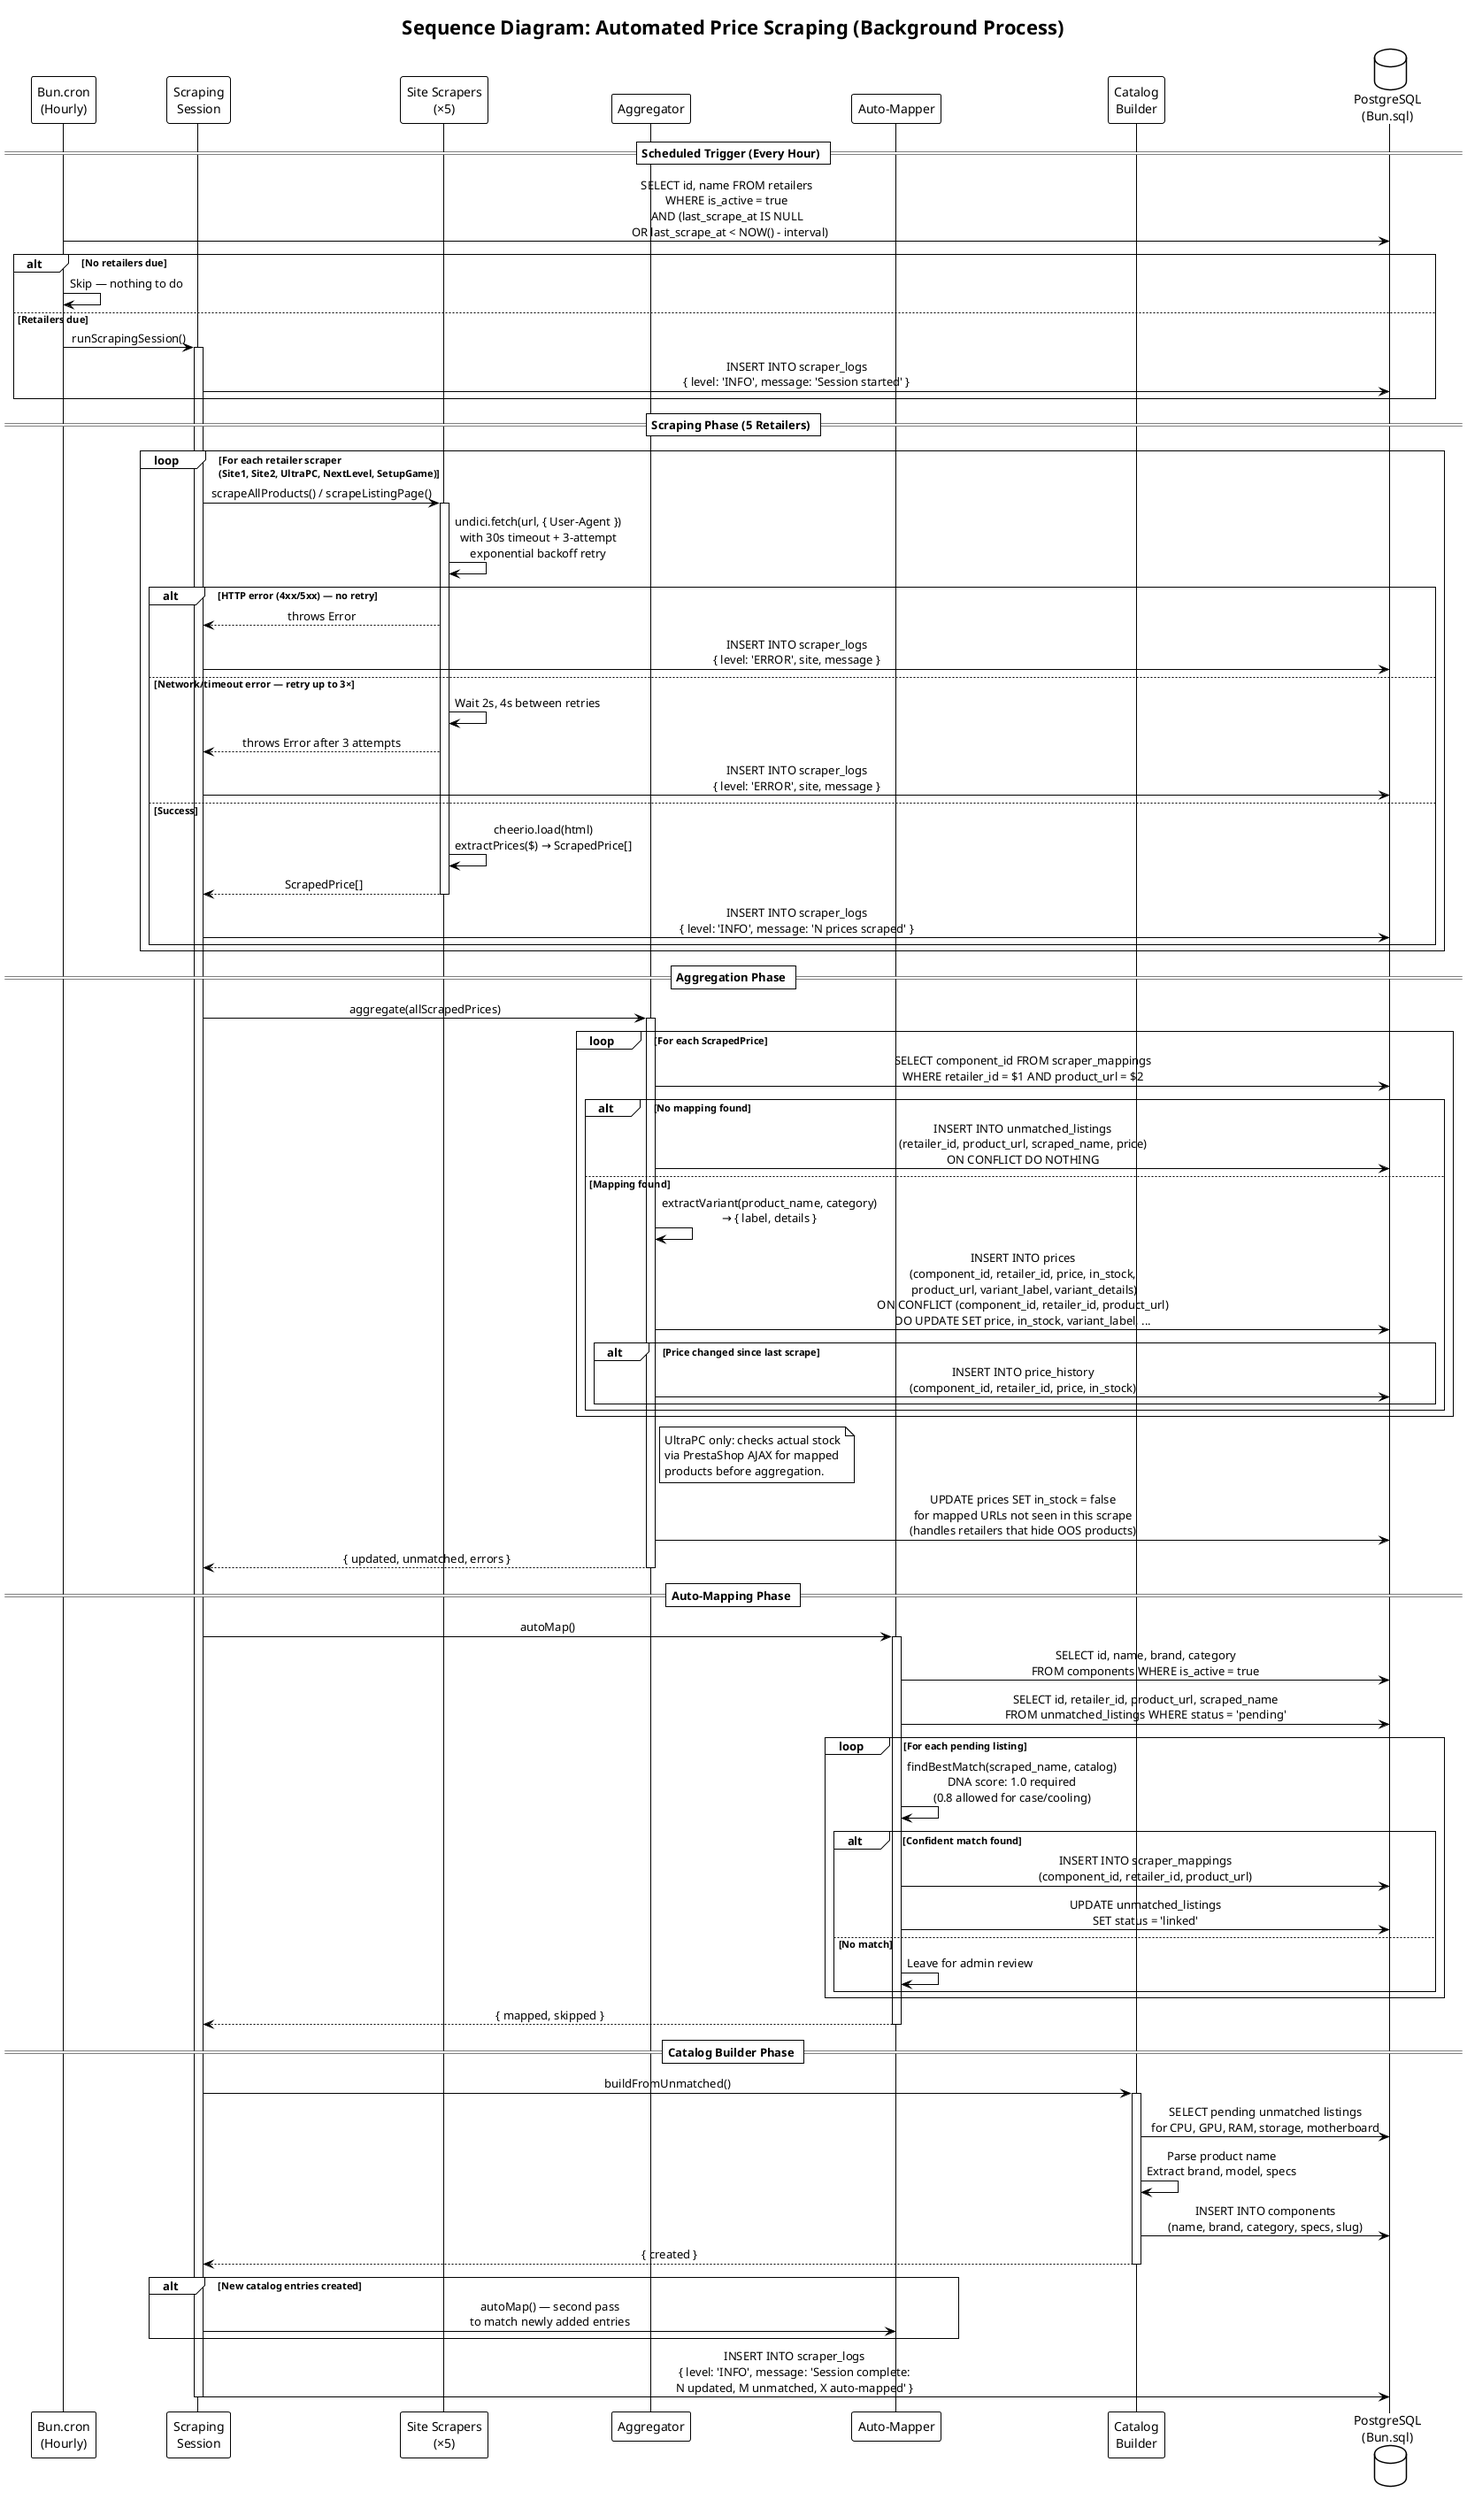
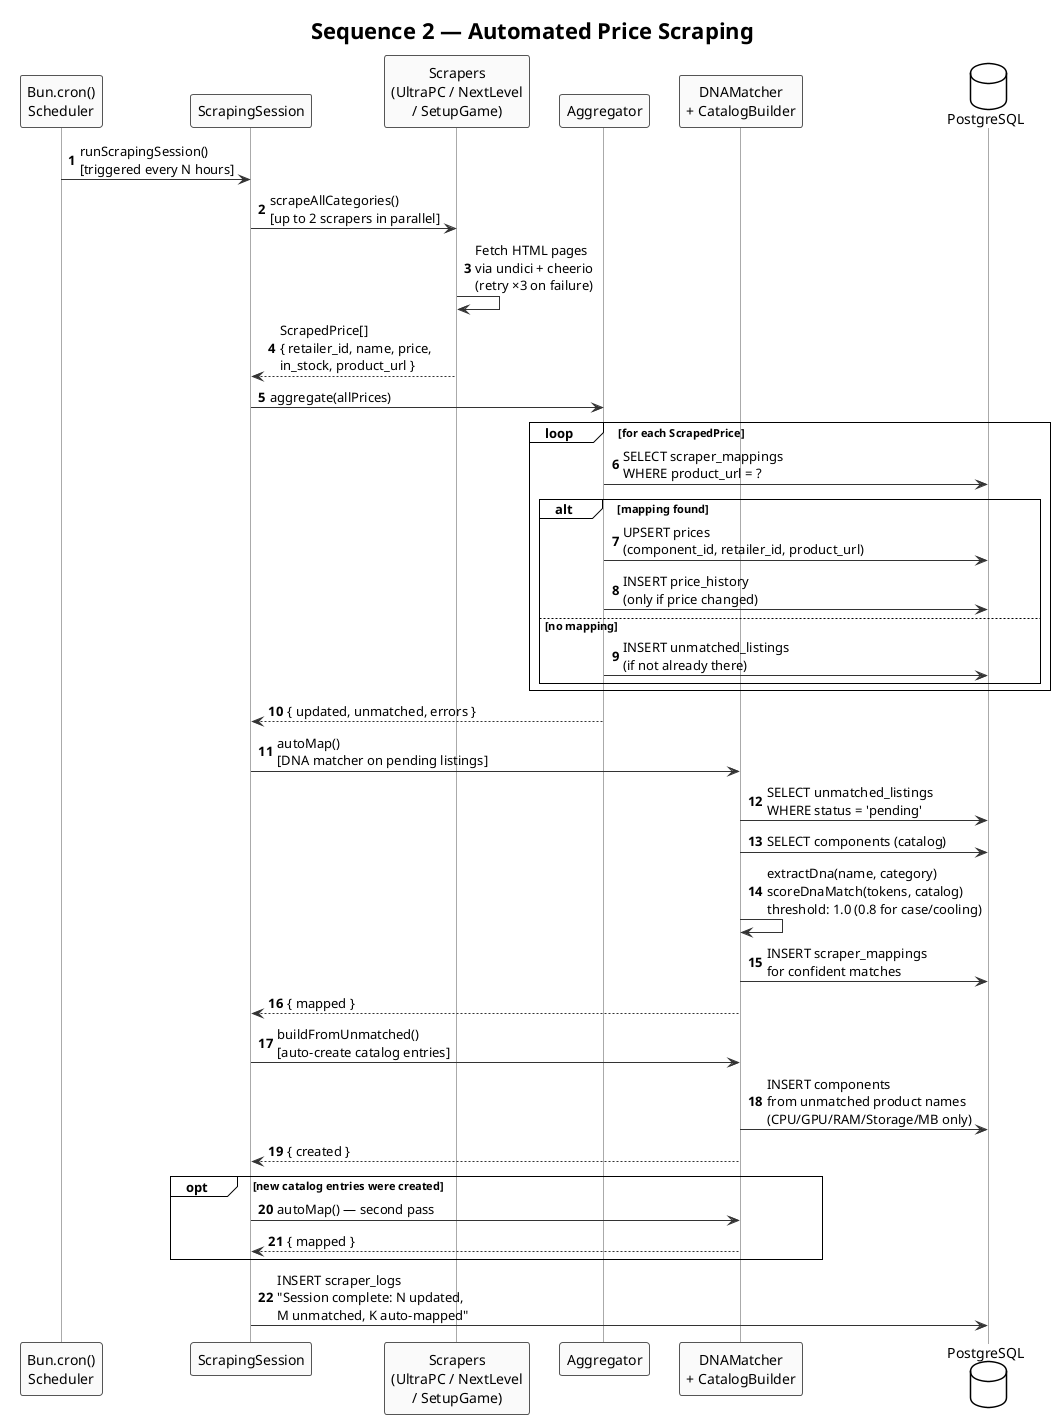
- @startuml Sequence - Scraping Session
+ @startuml sequence_scraping
!theme plain
- skinparam sequenceMessageAlign center
- skinparam responseMessageBelowArrow true
+ skinparam sequenceArrowColor #333
+ skinparam sequenceParticipantBackgroundColor #FAFAFA
+ skinparam sequenceParticipantBorderColor #555
+ skinparam sequenceLifeLineBorderColor #AAA
+ autonumber

- title Sequence Diagram: Automated Price Scraping (Background Process)
+ title Sequence 2 — Automated Price Scraping

- participant "Bun.cron\n(Hourly)" as cron
- participant "Scraping\nSession" as session
- participant "Site Scrapers\n(×5)" as scrapers
- participant "Aggregator" as agg
- participant "Auto-Mapper" as mapper
- participant "Catalog\nBuilder" as builder
- database "PostgreSQL\n(Bun.sql)" as db
+ participant "Bun.cron()\nScheduler" as CRON
+ participant "ScrapingSession" as SS
+ participant "Scrapers\n(UltraPC / NextLevel\n/ SetupGame)" as SC
+ participant "Aggregator" as AGG
+ participant "DNAMatcher\n+ CatalogBuilder" as DNA
+ database "PostgreSQL" as DB

- == Scheduled Trigger (Every Hour) ==
+ CRON -> SS : runScrapingSession()\n[triggered every N hours]

- cron -> db : SELECT id, name FROM retailers\nWHERE is_active = true\nAND (last_scrape_at IS NULL\n  OR last_scrape_at < NOW() - interval)
+ SS -> SC : scrapeAllCategories()\n[up to 2 scrapers in parallel]
+ SC -> SC : Fetch HTML pages\nvia undici + cheerio\n(retry ×3 on failure)
+ SC --> SS : ScrapedPrice[]\n{ retailer_id, name, price,\nin_stock, product_url }

- alt No retailers due
-   cron -> cron : Skip — nothing to do
- else Retailers due
-   cron -> session : runScrapingSession()
-   activate session
-   session -> db : INSERT INTO scraper_logs\n{ level: 'INFO', message: 'Session started' }
- end
+ SS -> AGG : aggregate(allPrices)

- == Scraping Phase (5 Retailers) ==
- 
- loop For each retailer scraper\n(Site1, Site2, UltraPC, NextLevel, SetupGame)
-   session -> scrapers : scrapeAllProducts() / scrapeListingPage()
-   activate scrapers
- 
-   scrapers -> scrapers : undici.fetch(url, { User-Agent })\nwith 30s timeout + 3-attempt\nexponential backoff retry
- 
-   alt HTTP error (4xx/5xx) — no retry
-     scrapers --> session : throws Error
-     session -> db : INSERT INTO scraper_logs\n{ level: 'ERROR', site, message }
-   else Network/timeout error — retry up to 3×
-     scrapers -> scrapers : Wait 2s, 4s between retries
-     scrapers --> session : throws Error after 3 attempts
-     session -> db : INSERT INTO scraper_logs\n{ level: 'ERROR', site, message }
-   else Success
-     scrapers -> scrapers : cheerio.load(html)\nextractPrices($) → ScrapedPrice[]
-     scrapers --> session : ScrapedPrice[]
-     deactivate scrapers
-     session -> db : INSERT INTO scraper_logs\n{ level: 'INFO', message: 'N prices scraped' }
+ loop for each ScrapedPrice
+   AGG -> DB : SELECT scraper_mappings\nWHERE product_url = ?
+   alt mapping found
+     AGG -> DB : UPSERT prices\n(component_id, retailer_id, product_url)
+     AGG -> DB : INSERT price_history\n(only if price changed)
+   else no mapping
+     AGG -> DB : INSERT unmatched_listings\n(if not already there)
  end
end

- == Aggregation Phase ==
+ AGG --> SS : { updated, unmatched, errors }

- session -> agg : aggregate(allScrapedPrices)
- activate agg
+ SS -> DNA : autoMap()\n[DNA matcher on pending listings]
+ DNA -> DB : SELECT unmatched_listings\nWHERE status = 'pending'
+ DNA -> DB : SELECT components (catalog)
+ DNA -> DNA : extractDna(name, category)\nscoreDnaMatch(tokens, catalog)\nthreshold: 1.0 (0.8 for case/cooling)
+ DNA -> DB : INSERT scraper_mappings\nfor confident matches
+ DNA --> SS : { mapped }

- loop For each ScrapedPrice
-   agg -> db : SELECT component_id FROM scraper_mappings\nWHERE retailer_id = $1 AND product_url = $2
+ SS -> DNA : buildFromUnmatched()\n[auto-create catalog entries]
+ DNA -> DB : INSERT components\nfrom unmatched product names\n(CPU/GPU/RAM/Storage/MB only)
+ DNA --> SS : { created }

-   alt No mapping found
-     agg -> db : INSERT INTO unmatched_listings\n(retailer_id, product_url, scraped_name, price)\nON CONFLICT DO NOTHING
-   else Mapping found
-     agg -> agg : extractVariant(product_name, category)\n→ { label, details }
-     agg -> db : INSERT INTO prices\n(component_id, retailer_id, price, in_stock,\n product_url, variant_label, variant_details)\nON CONFLICT (component_id, retailer_id, product_url)\nDO UPDATE SET price, in_stock, variant_label, ...
- 
-     alt Price changed since last scrape
-       agg -> db : INSERT INTO price_history\n(component_id, retailer_id, price, in_stock)
-     end
-   end
+ opt new catalog entries were created
+   SS -> DNA : autoMap() — second pass
+   DNA --> SS : { mapped }
end

- note right of agg
-   UltraPC only: checks actual stock
-   via PrestaShop AJAX for mapped
-   products before aggregation.
- end note
- 
- agg -> db : UPDATE prices SET in_stock = false\nfor mapped URLs not seen in this scrape\n(handles retailers that hide OOS products)
- 
- agg --> session : { updated, unmatched, errors }
- deactivate agg
- 
- == Auto-Mapping Phase ==
- 
- session -> mapper : autoMap()
- activate mapper
- mapper -> db : SELECT id, name, brand, category\nFROM components WHERE is_active = true
- mapper -> db : SELECT id, retailer_id, product_url, scraped_name\nFROM unmatched_listings WHERE status = 'pending'
- 
- loop For each pending listing
-   mapper -> mapper : findBestMatch(scraped_name, catalog)\nDNA score: 1.0 required\n(0.8 allowed for case/cooling)
- 
-   alt Confident match found
-     mapper -> db : INSERT INTO scraper_mappings\n(component_id, retailer_id, product_url)
-     mapper -> db : UPDATE unmatched_listings\nSET status = 'linked'
-   else No match
-     mapper -> mapper : Leave for admin review
-   end
- end
- 
- mapper --> session : { mapped, skipped }
- deactivate mapper
- 
- == Catalog Builder Phase ==
- 
- session -> builder : buildFromUnmatched()
- activate builder
- builder -> db : SELECT pending unmatched listings\nfor CPU, GPU, RAM, storage, motherboard
- builder -> builder : Parse product name\nExtract brand, model, specs
- builder -> db : INSERT INTO components\n(name, brand, category, specs, slug)
- builder --> session : { created }
- deactivate builder
- 
- alt New catalog entries created
-   session -> mapper : autoMap() — second pass\nto match newly added entries
- end
- 
- session -> db : INSERT INTO scraper_logs\n{ level: 'INFO', message: 'Session complete:\nN updated, M unmatched, X auto-mapped' }
- deactivate session
+ SS -> DB : INSERT scraper_logs\n"Session complete: N updated,\nM unmatched, K auto-mapped"

@enduml
